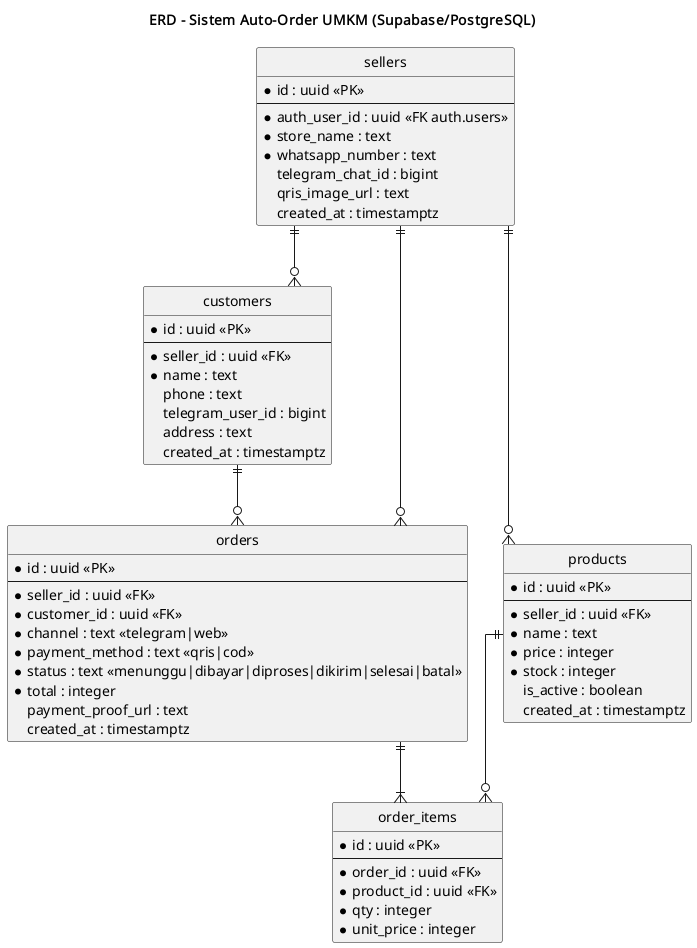
Before: diagrams/erd.png, a diagram exported from PlantUML (faturrahmansyamil/umkm-auto-order). The source it was exported from:
```plantuml
@startuml erd
title ERD - Sistem Auto-Order UMKM (Supabase/PostgreSQL)
hide circle
skinparam linetype ortho
entity sellers {
  * id : uuid <<PK>>
  --
  * auth_user_id : uuid <<FK auth.users>>
  * store_name : text
  * whatsapp_number : text
  telegram_chat_id : bigint
  qris_image_url : text
  created_at : timestamptz
}
entity customers {
  * id : uuid <<PK>>
  --
  * seller_id : uuid <<FK>>
  * name : text
  phone : text
  telegram_user_id : bigint
  address : text
  created_at : timestamptz
}
entity products {
  * id : uuid <<PK>>
  --
  * seller_id : uuid <<FK>>
  * name : text
  * price : integer
  * stock : integer
  is_active : boolean
  created_at : timestamptz
}
entity orders {
  * id : uuid <<PK>>
  --
  * seller_id : uuid <<FK>>
  * customer_id : uuid <<FK>>
  * channel : text <<telegram|web>>
  * payment_method : text <<qris|cod>>
  * status : text <<menunggu|dibayar|diproses|dikirim|selesai|batal>>
  * total : integer
  payment_proof_url : text
  created_at : timestamptz
}
entity order_items {
  * id : uuid <<PK>>
  --
  * order_id : uuid <<FK>>
  * product_id : uuid <<FK>>
  * qty : integer
  * unit_price : integer
}
sellers ||--o{ products
sellers ||--o{ customers
sellers ||--o{ orders
customers ||--o{ orders
orders ||--|{ order_items
products ||--o{ order_items
@enduml
```
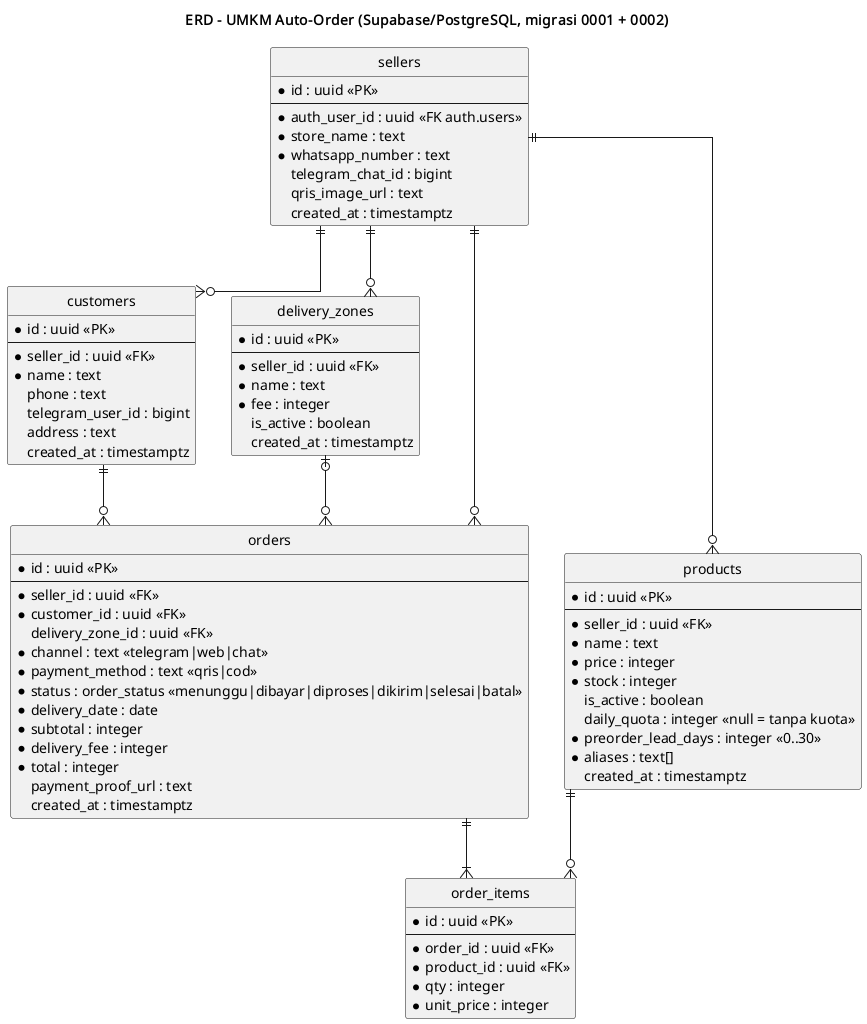
The same file after the commit.

The edit, as a diff of the source:
```diff
@@ -1,5 +1,5 @@
 @startuml erd
-title ERD - Sistem Auto-Order UMKM (Supabase/PostgreSQL)
+title ERD - UMKM Auto-Order (Supabase/PostgreSQL, migrasi 0001 + 0002)
 hide circle
 skinparam linetype ortho
 entity sellers {
@@ -30,6 +30,18 @@
   * price : integer
   * stock : integer
   is_active : boolean
+  daily_quota : integer <<null = tanpa kuota>>
+  * preorder_lead_days : integer <<0..30>>
+  * aliases : text[]
+  created_at : timestamptz
+}
+entity delivery_zones {
+  * id : uuid <<PK>>
+  --
+  * seller_id : uuid <<FK>>
+  * name : text
+  * fee : integer
+  is_active : boolean
   created_at : timestamptz
 }
 entity orders {
@@ -37,9 +49,13 @@
   --
   * seller_id : uuid <<FK>>
   * customer_id : uuid <<FK>>
-  * channel : text <<telegram|web>>
+  delivery_zone_id : uuid <<FK>>
+  * channel : text <<telegram|web|chat>>
   * payment_method : text <<qris|cod>>
-  * status : text <<menunggu|dibayar|diproses|dikirim|selesai|batal>>
+  * status : order_status <<menunggu|dibayar|diproses|dikirim|selesai|batal>>
+  * delivery_date : date
+  * subtotal : integer
+  * delivery_fee : integer
   * total : integer
   payment_proof_url : text
   created_at : timestamptz
@@ -55,7 +71,9 @@
 sellers ||--o{ products
 sellers ||--o{ customers
 sellers ||--o{ orders
+sellers ||--o{ delivery_zones
 customers ||--o{ orders
+delivery_zones |o--o{ orders
 orders ||--|{ order_items
 products ||--o{ order_items
 @enduml
```
